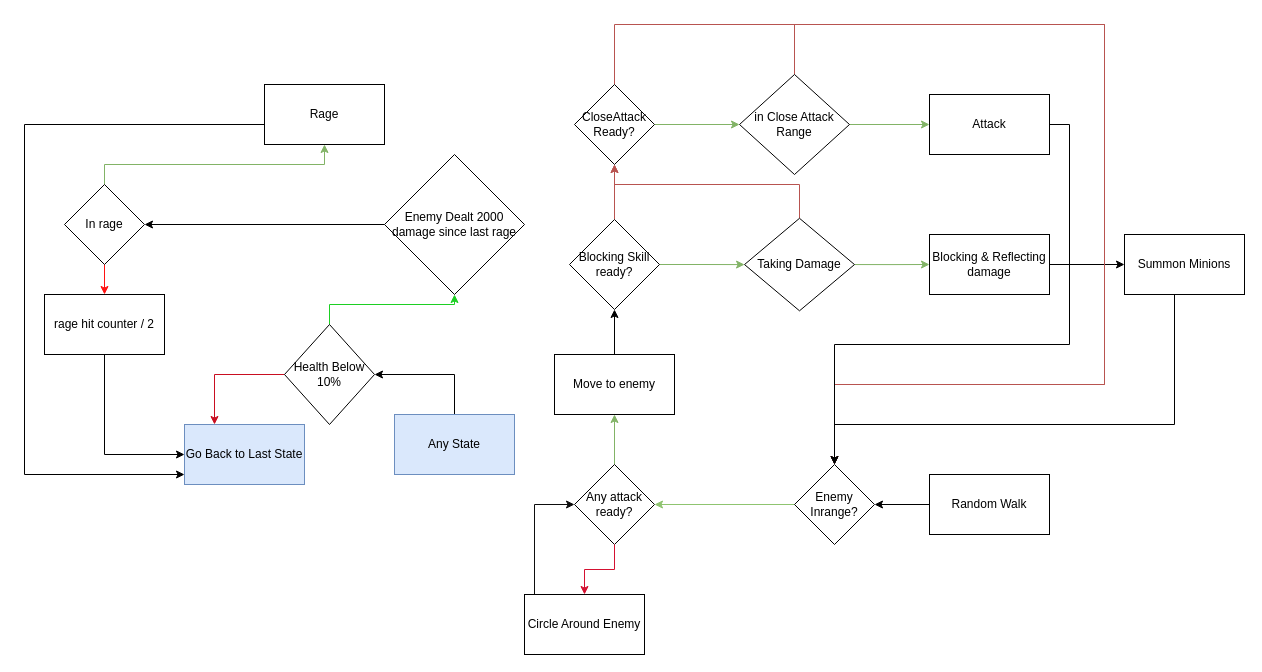
Before: Diagrams/StoneMachine.drawio in MikaelHans/Git_KB_UAS, a draw.io diagram. Source tidied: cells renumbered, new cells numbered last; positions are measured from the earlier drawing's top-left corner, leaving out a move shared by most shapes. Both pictures are drawn from the tidied source at 100%, with x=0, y=0 at pixel (24, 24).
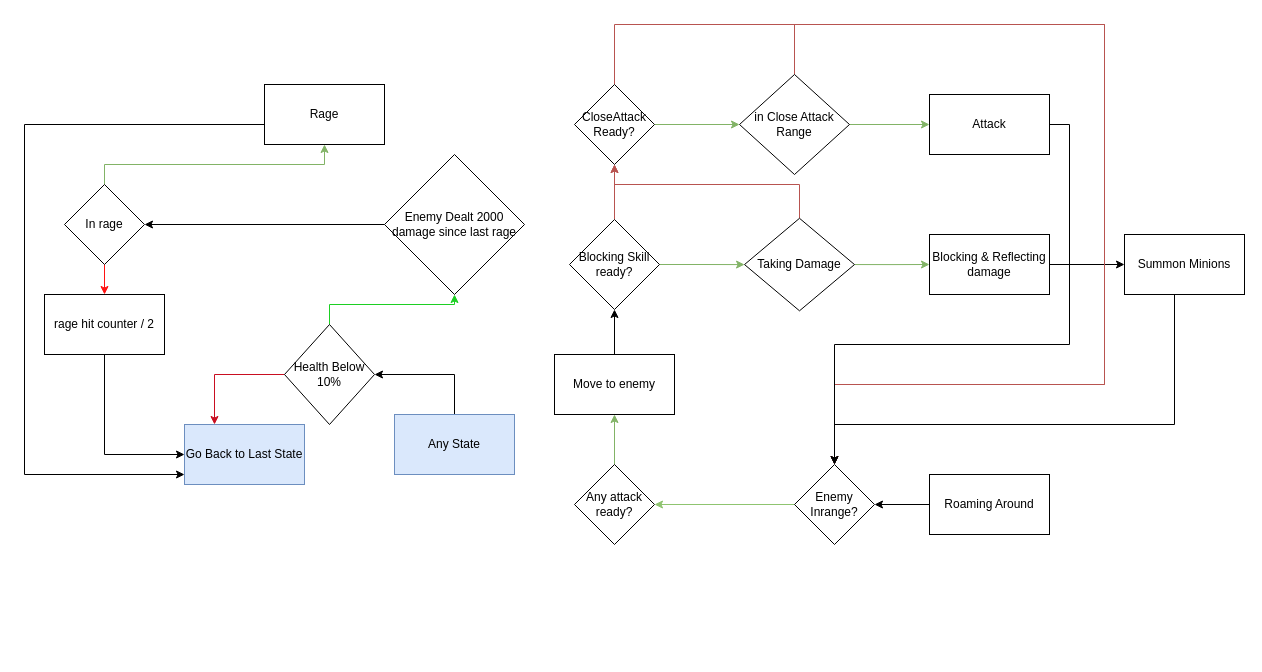
The same page after the edit.

Unchanged cells that the change refers to:
```xml
<mxCell id="27" value="Any attack ready?" style="rhombus;whiteSpace=wrap;html=1;" parent="1" vertex="1">
  <mxGeometry x="550" y="440" width="80" height="80" as="geometry" />
</mxCell>
```

The edit, as a diff of the source:
```diff
@@
-    <mxCell id="3" value="Random Walk" style="rounded=0;whiteSpace=wrap;html=1;" parent="1" vertex="1">
+    <mxCell id="3" value="Roaming Around" style="rounded=0;whiteSpace=wrap;html=1;" parent="1" vertex="1">
       <mxGeometry x="905" y="450" width="120" height="60" as="geometry" />
     </mxCell>
@@
-    <mxCell id="24" style="edgeStyle=orthogonalEdgeStyle;rounded=0;jettySize=auto;html=1;strokeColor=#0D0D0D;exitX=0.25;exitY=0;exitDx=0;exitDy=0;" parent="1" edge="1" source="25" target="27">
-      <mxGeometry relative="1" as="geometry">
-        <Array as="points">
-          <mxPoint x="510" y="480" />
-        </Array>
-      </mxGeometry>
-    </mxCell>
-    <mxCell id="25" value="Circle Around Enemy" style="rounded=0;whiteSpace=wrap;html=1;" parent="1" vertex="1">
-      <mxGeometry x="500" y="570" width="120" height="60" as="geometry" />
-    </mxCell>
@@
-    <mxCell id="42" style="edgeStyle=orthogonalEdgeStyle;rounded=0;jettySize=auto;html=1;fillColor=#f8cecc;entryX=0.5;entryY=0;entryDx=0;entryDy=0;strokeColor=#D41131;" parent="1" edge="1" source="27" target="25">
-      <mxGeometry relative="1" as="geometry" />
-    </mxCell>
```
